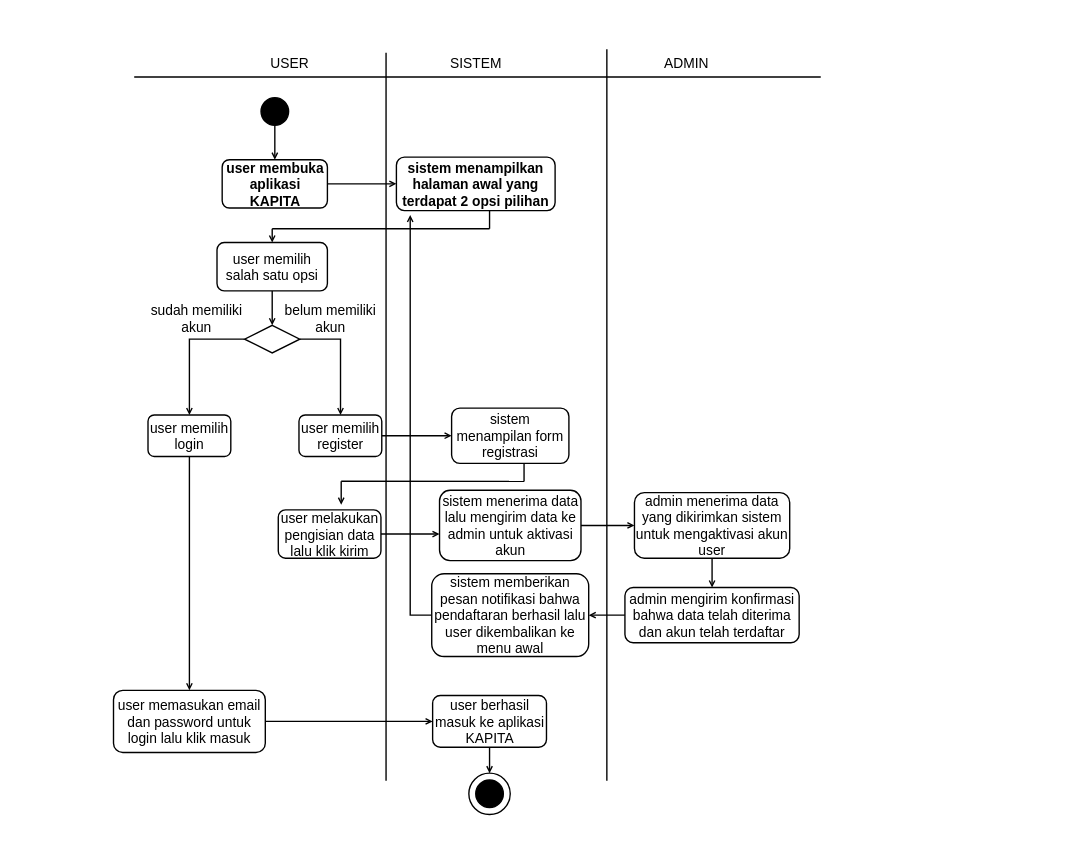
The draw.io diagram page "Page-2" (2 of 4) of pertemuan 12.drawio in dickisepto/Latihan-GIT, before the edit. Source tidied: cells renumbered, new cells numbered last; positions are measured from the earlier drawing's top-left corner, leaving out a move shared by most shapes. Both pictures are drawn from the tidied source at 69%, with x=0, y=0 at pixel (113, 49).
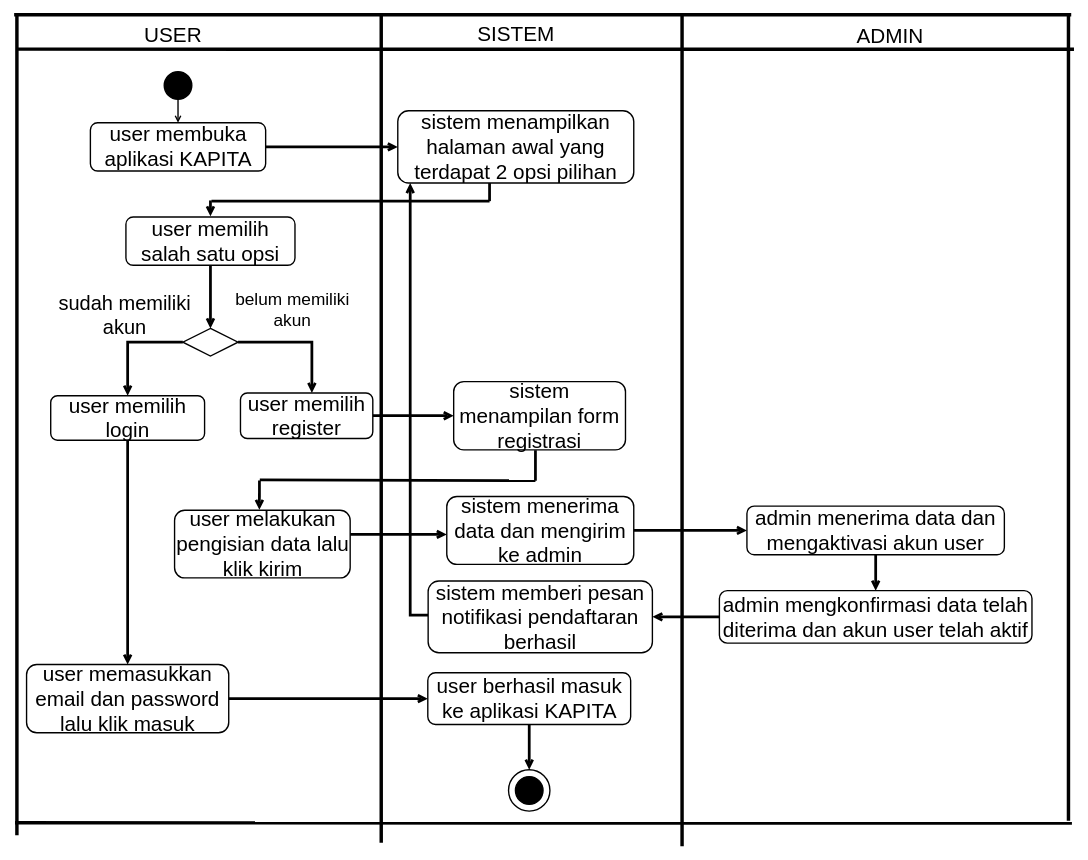
The same page after the edit.

The edit, as a diff of the source:
```diff
@@
-    <mxCell id="2" style="endArrow=none;html=1;rounded=0;strokeWidth=2;" parent="1" edge="1">
+    <mxCell id="2" style="endArrow=none;html=1;rounded=0;strokeWidth=5;fontSize=30;exitX=0.041;exitY=0.467;exitDx=0;exitDy=0;exitPerimeter=0;" parent="1" edge="1" source="50">
       <mxGeometry relative="1" as="geometry">
-        <mxPoint x="30" y="40" as="sourcePoint" />
-        <mxPoint x="1025" y="40" as="targetPoint" />
+        <mxPoint x="1392" as="targetPoint" />
       </mxGeometry>
     </mxCell>
-    <mxCell id="3" style="line;strokeWidth=2;direction=south;html=1;" parent="1" vertex="1">
-      <mxGeometry x="390" y="5" width="10" height="1055" as="geometry" />
-    </mxCell>
-    <mxCell id="4" style="line;strokeWidth=2;direction=south;html=1;" parent="1" vertex="1">
-      <mxGeometry x="710" width="10" height="1060" as="geometry" />
+    <mxCell id="4" style="line;strokeWidth=5;direction=south;html=1;fontSize=30;" parent="1" vertex="1">
+      <mxGeometry x="819" y="-52" width="10" height="1207" as="geometry" />
     </mxCell>
-    <mxCell id="5" value="USER" style="text;html=1;align=center;verticalAlign=middle;strokeColor=none;fillColor=none;fontSize=20;strokeWidth=2;" parent="1" vertex="1">
-      <mxGeometry x="220" y="5" width="70" height="30" as="geometry" />
+    <mxCell id="5" value="USER" style="text;html=1;align=center;verticalAlign=middle;strokeColor=none;fillColor=none;fontSize=30;strokeWidth=2;" parent="1" vertex="1">
+      <mxGeometry x="39" y="-41" width="93" height="40" as="geometry" />
     </mxCell>
-    <mxCell id="6" value="SISTEM" style="text;html=1;align=center;verticalAlign=middle;strokeColor=none;fillColor=none;fontSize=20;strokeWidth=2;" parent="1" vertex="1">
-      <mxGeometry x="480" y="5" width="90" height="30" as="geometry" />
+    <mxCell id="6" value="SISTEM" style="text;html=1;align=center;verticalAlign=middle;strokeColor=none;fillColor=none;fontSize=30;strokeWidth=2;" parent="1" vertex="1">
+      <mxGeometry x="522" y="-43" width="122" height="40" as="geometry" />
     </mxCell>
-    <mxCell id="7" value="ADMIN" style="text;html=1;align=center;verticalAlign=middle;strokeColor=none;fillColor=none;fontSize=20;strokeWidth=2;" parent="1" vertex="1">
-      <mxGeometry x="790" y="5" width="80" height="30" as="geometry" />
+    <mxCell id="7" value="ADMIN" style="text;html=1;align=center;verticalAlign=middle;strokeColor=none;fillColor=none;fontSize=30;strokeWidth=2;" parent="1" vertex="1">
+      <mxGeometry x="1071" y="-39" width="107" height="40" as="geometry" />
     </mxCell>
-    <mxCell id="8" style="ellipse;whiteSpace=wrap;html=1;fillColor=#000000;strokeWidth=2;" parent="1" vertex="1">
-      <mxGeometry x="213.8" y="70" width="40" height="40" as="geometry" />
+    <mxCell id="8" style="ellipse;whiteSpace=wrap;html=1;fillColor=#000000;strokeWidth=2;fontSize=30;" parent="1" vertex="1">
+      <mxGeometry x="73.5" y="32.5" width="40" height="40" as="geometry" />
     </mxCell>
-    <mxCell id="9" style="endArrow=open;html=1;rounded=0;fontSize=20;endFill=0;exitX=0.5;exitY=1;exitDx=0;exitDy=0;strokeWidth=2;" parent="1" edge="1" source="8">
-      <mxGeometry relative="1" as="geometry">
-        <mxPoint x="233.8" y="160" as="targetPoint" />
-      </mxGeometry>
+    <mxCell id="9" style="endArrow=open;html=1;rounded=0;fontSize=30;endFill=0;exitX=0.5;exitY=1;exitDx=0;exitDy=0;strokeWidth=2;entryX=0.5;entryY=0;entryDx=0;entryDy=0;" parent="1" edge="1" source="8" target="11">
+      <mxGeometry relative="1" as="geometry" />
     </mxCell>
-    <mxCell id="10" style="edgeStyle=orthogonalEdgeStyle;rounded=0;jettySize=auto;html=1;fontSize=20;endArrow=open;endFill=0;entryX=0;entryY=0.5;entryDx=0;entryDy=0;strokeWidth=2;" parent="1" edge="1" source="11" target="12">
+    <mxCell id="10" style="edgeStyle=orthogonalEdgeStyle;rounded=0;jettySize=auto;html=1;fontSize=30;endArrow=open;endFill=0;entryX=0;entryY=0.5;entryDx=0;entryDy=0;strokeWidth=4;" parent="1" edge="1" source="11" target="12">
       <mxGeometry relative="1" as="geometry" />
     </mxCell>
-    <mxCell id="11" value="&lt;b&gt;user membuka aplikasi KAPITA&lt;/b&gt;" style="rounded=1;whiteSpace=wrap;html=1;fontSize=20;fillColor=#FFFFFF;strokeWidth=2;" parent="1" vertex="1">
-      <mxGeometry x="157.5" y="160" width="152.5" height="70" as="geometry" />
+    <mxCell id="11" value="&lt;span style=&quot;font-size: 30px;&quot;&gt;user membuka aplikasi KAPITA&lt;/span&gt;" style="rounded=1;whiteSpace=wrap;html=1;fontSize=30;fillColor=#FFFFFF;strokeWidth=2;fontStyle=0;" parent="1" vertex="1">
+      <mxGeometry x="-33.5" y="106.4" width="254" height="70" as="geometry" />
     </mxCell>
-    <mxCell id="12" value="&lt;b&gt;sistem menampilkan halaman awal yang terdapat 2 opsi pilihan&lt;/b&gt;" style="rounded=1;whiteSpace=wrap;html=1;fontSize=20;fillColor=#FFFFFF;strokeWidth=2;" parent="1" vertex="1">
-      <mxGeometry x="410" y="156.2" width="230" height="77.5" as="geometry" />
+    <mxCell id="12" value="&lt;span style=&quot;font-size: 30px;&quot;&gt;sistem menampilkan halaman awal yang terdapat 2 opsi pilihan&lt;/span&gt;" style="rounded=1;whiteSpace=wrap;html=1;fontSize=30;fillColor=#FFFFFF;strokeWidth=2;fontStyle=0;" parent="1" vertex="1">
+      <mxGeometry x="412" y="89" width="342" height="104.8" as="geometry" />
     </mxCell>
-    <mxCell id="13" style="line;strokeWidth=2;direction=south;html=1;fontSize=20;fillColor=#FFFFFF;" parent="1" vertex="1">
-      <mxGeometry x="540" y="233.8" width="10" height="26.2" as="geometry" />
+    <mxCell id="13" style="line;strokeWidth=4;direction=south;html=1;fontSize=30;fillColor=#FFFFFF;" parent="1" vertex="1">
+      <mxGeometry x="540" y="193.8" width="10" height="26.2" as="geometry" />
     </mxCell>
-    <mxCell id="14" style="endArrow=none;html=1;rounded=0;fontSize=20;entryX=1;entryY=0.5;entryDx=0;entryDy=0;entryPerimeter=0;strokeWidth=2;" parent="1" edge="1" target="13">
+    <mxCell id="14" style="endArrow=none;html=1;rounded=0;fontSize=30;entryX=1;entryY=0.5;entryDx=0;entryDy=0;entryPerimeter=0;strokeWidth=4;" parent="1" edge="1" target="13">
       <mxGeometry relative="1" as="geometry">
-        <mxPoint x="230" y="260" as="sourcePoint" />
+        <mxPoint x="142" y="220" as="sourcePoint" />
       </mxGeometry>
     </mxCell>
-    <mxCell id="15" style="endArrow=open;html=1;rounded=0;fontSize=20;endFill=0;entryX=0.5;entryY=0;entryDx=0;entryDy=0;strokeWidth=2;" parent="1" edge="1" target="17">
+    <mxCell id="15" style="endArrow=open;html=1;rounded=0;fontSize=30;endFill=0;entryX=0.5;entryY=0;entryDx=0;entryDy=0;strokeWidth=4;" parent="1" edge="1">
       <mxGeometry relative="1" as="geometry">
-        <mxPoint x="230" y="260" as="sourcePoint" />
+        <mxPoint x="140.5" y="219" as="sourcePoint" />
+        <mxPoint x="140.5" y="242" as="targetPoint" />
       </mxGeometry>
     </mxCell>
-    <mxCell id="16" style="edgeStyle=orthogonalEdgeStyle;rounded=0;jettySize=auto;html=1;fontSize=20;endArrow=open;endFill=0;strokeWidth=2;" parent="1" edge="1" source="17" target="20">
+    <mxCell id="16" style="edgeStyle=orthogonalEdgeStyle;rounded=0;jettySize=auto;html=1;fontSize=30;endArrow=open;endFill=0;strokeWidth=4;" parent="1" edge="1" source="17" target="20">
       <mxGeometry relative="1" as="geometry" />
     </mxCell>
-    <mxCell id="17" value="user memilih salah satu opsi" style="rounded=1;whiteSpace=wrap;html=1;fontSize=20;fillColor=#FFFFFF;strokeWidth=2;" parent="1" vertex="1">
-      <mxGeometry x="150" y="280" width="160" height="70" as="geometry" />
+    <mxCell id="17" value="user memilih salah satu opsi" style="rounded=1;whiteSpace=wrap;html=1;fontSize=30;fillColor=#FFFFFF;strokeWidth=2;" parent="1" vertex="1">
+      <mxGeometry x="18" y="243" width="245" height="70" as="geometry" />
     </mxCell>
-    <mxCell id="18" style="edgeStyle=orthogonalEdgeStyle;rounded=0;jettySize=auto;html=1;fontSize=20;endArrow=open;endFill=0;strokeWidth=2;" parent="1" edge="1" source="20" target="25">
+    <mxCell id="18" style="edgeStyle=orthogonalEdgeStyle;rounded=0;jettySize=auto;html=1;fontSize=30;endArrow=open;endFill=0;strokeWidth=4;" parent="1" edge="1" source="20">
       <mxGeometry relative="1" as="geometry">
+        <mxPoint x="287.5" y="498" as="targetPoint" />
         <Array as="points">
-          <mxPoint x="329" y="420" />
+          <mxPoint x="288" y="425" />
         </Array>
       </mxGeometry>
     </mxCell>
-    <mxCell id="19" style="edgeStyle=orthogonalEdgeStyle;rounded=0;jettySize=auto;html=1;fontSize=20;endArrow=open;endFill=0;strokeWidth=2;" parent="1" edge="1" source="20" target="23">
+    <mxCell id="19" style="edgeStyle=orthogonalEdgeStyle;rounded=0;jettySize=auto;html=1;fontSize=30;endArrow=open;endFill=0;strokeWidth=4;" parent="1" edge="1" source="20" target="23">
       <mxGeometry relative="1" as="geometry">
         <Array as="points">
-          <mxPoint x="110" y="420" />
+          <mxPoint x="20.5" y="424.5" />
         </Array>
       </mxGeometry>
     </mxCell>
-    <mxCell id="20" style="rhombus;whiteSpace=wrap;html=1;fontSize=20;fillColor=#FFFFFF;strokeWidth=2;" parent="1" vertex="1">
-      <mxGeometry x="190" y="400" width="80" height="40" as="geometry" />
+    <mxCell id="20" style="rhombus;whiteSpace=wrap;html=1;fontSize=30;fillColor=#FFFFFF;strokeWidth=2;" parent="1" vertex="1">
+      <mxGeometry x="100.5" y="404.5" width="80" height="40" as="geometry" />
     </mxCell>
-    <mxCell id="21" value="&lt;div&gt;sudah memiliki &lt;br&gt;&lt;/div&gt;&lt;div&gt;akun&lt;/div&gt;" style="text;html=1;align=center;verticalAlign=middle;strokeColor=none;fillColor=none;fontSize=20;strokeWidth=2;" parent="1" vertex="1">
-      <mxGeometry x="45" y="365" width="150" height="50" as="geometry" />
+    <mxCell id="21" value="&lt;div style=&quot;font-size: 29px&quot;&gt;&lt;font style=&quot;font-size: 29px&quot;&gt;sudah memiliki &lt;br&gt;&lt;/font&gt;&lt;/div&gt;&lt;div style=&quot;font-size: 29px&quot;&gt;&lt;font style=&quot;font-size: 29px&quot;&gt;akun&lt;/font&gt;&lt;/div&gt;" style="text;html=1;align=center;verticalAlign=middle;strokeColor=none;fillColor=none;fontSize=30;strokeWidth=2;" parent="1" vertex="1">
+      <mxGeometry x="-85.5" y="347" width="202" height="76" as="geometry" />
     </mxCell>
-    <mxCell id="22" style="edgeStyle=orthogonalEdgeStyle;rounded=0;jettySize=auto;html=1;fontSize=20;endArrow=open;endFill=0;strokeWidth=2;entryX=0.5;entryY=0;entryDx=0;entryDy=0;" parent="1" edge="1" source="23" target="42">
+    <mxCell id="22" style="edgeStyle=orthogonalEdgeStyle;rounded=0;jettySize=auto;html=1;fontSize=30;endArrow=open;endFill=0;strokeWidth=4;entryX=0.5;entryY=0;entryDx=0;entryDy=0;" parent="1" edge="1" source="23" target="42">
       <mxGeometry relative="1" as="geometry" />
     </mxCell>
-    <mxCell id="23" value="user memilih login" style="rounded=1;whiteSpace=wrap;html=1;fontSize=20;fillColor=#FFFFFF;strokeWidth=2;" parent="1" vertex="1">
-      <mxGeometry x="50" y="530" width="120" height="60" as="geometry" />
+    <mxCell id="23" value="user memilih login" style="rounded=1;whiteSpace=wrap;html=1;fontSize=30;fillColor=#FFFFFF;strokeWidth=2;" parent="1" vertex="1">
+      <mxGeometry x="-91" y="502" width="223" height="64.5" as="geometry" />
     </mxCell>
-    <mxCell id="24" style="edgeStyle=orthogonalEdgeStyle;rounded=0;jettySize=auto;html=1;fontSize=20;endArrow=open;endFill=0;strokeWidth=2;" parent="1" edge="1" source="25" target="27">
+    <mxCell id="24" style="edgeStyle=orthogonalEdgeStyle;rounded=0;jettySize=auto;html=1;fontSize=30;endArrow=open;endFill=0;strokeWidth=4;" parent="1" edge="1" source="25" target="27">
       <mxGeometry relative="1" as="geometry" />
     </mxCell>
-    <mxCell id="25" value="user memilih register" style="rounded=1;whiteSpace=wrap;html=1;fontSize=20;fillColor=#FFFFFF;strokeWidth=2;" parent="1" vertex="1">
-      <mxGeometry x="268.8" y="530" width="120" height="60" as="geometry" />
+    <mxCell id="25" value="user memilih register" style="rounded=1;whiteSpace=wrap;html=1;fontSize=30;fillColor=#FFFFFF;strokeWidth=2;" parent="1" vertex="1">
+      <mxGeometry x="184" y="498" width="191.8" height="66" as="geometry" />
     </mxCell>
-    <mxCell id="26" value="&lt;div&gt;belum memiliki&lt;/div&gt;&lt;div&gt;akun&lt;br&gt;&lt;/div&gt;" style="text;html=1;align=center;verticalAlign=middle;strokeColor=none;fillColor=none;fontSize=20;strokeWidth=2;" parent="1" vertex="1">
-      <mxGeometry x="238.8" y="365" width="150" height="50" as="geometry" />
-    </mxCell>
-    <mxCell id="27" value="sistem menampilan form registrasi" style="rounded=1;whiteSpace=wrap;html=1;fontSize=20;fillColor=#FFFFFF;strokeWidth=2;" parent="1" vertex="1">
-      <mxGeometry x="490" y="520" width="170" height="80" as="geometry" />
+    <mxCell id="27" value="sistem menampilan form registrasi" style="rounded=1;whiteSpace=wrap;html=1;fontSize=30;fillColor=#FFFFFF;strokeWidth=2;" parent="1" vertex="1">
+      <mxGeometry x="493" y="481.5" width="249" height="99" as="geometry" />
     </mxCell>
-    <mxCell id="28" style="line;strokeWidth=2;direction=south;html=1;fontSize=20;fillColor=#FFFFFF;" parent="1" vertex="1">
-      <mxGeometry x="590" y="600" width="10" height="26.2" as="geometry" />
+    <mxCell id="28" style="line;strokeWidth=4;direction=south;html=1;fontSize=30;fillColor=#FFFFFF;" parent="1" vertex="1">
+      <mxGeometry x="606.5" y="581" width="10" height="44.2" as="geometry" />
     </mxCell>
-    <mxCell id="29" style="endArrow=none;html=1;rounded=0;fontSize=20;entryX=1;entryY=0.5;entryDx=0;entryDy=0;entryPerimeter=0;strokeWidth=2;" parent="1" edge="1" target="28">
+    <mxCell id="29" style="endArrow=none;html=1;rounded=0;fontSize=30;entryX=1;entryY=0.5;entryDx=0;entryDy=0;entryPerimeter=0;strokeWidth=4;" parent="1" edge="1" target="28">
       <mxGeometry relative="1" as="geometry">
-        <mxPoint x="330" y="626" as="sourcePoint" />
+        <mxPoint x="212" y="624" as="sourcePoint" />
       </mxGeometry>
     </mxCell>
-    <mxCell id="30" style="endArrow=open;html=1;rounded=0;fontSize=20;endFill=0;strokeWidth=2;" parent="1" edge="1">
+    <mxCell id="30" style="endArrow=open;html=1;rounded=0;fontSize=30;endFill=0;strokeWidth=4;entryX=0.483;entryY=-0.007;entryDx=0;entryDy=0;entryPerimeter=0;" parent="1" edge="1" target="32">
       <mxGeometry relative="1" as="geometry">
-        <mxPoint x="330" y="626" as="sourcePoint" />
-        <mxPoint x="330" y="660" as="targetPoint" />
+        <mxPoint x="211.5" y="625" as="sourcePoint" />
       </mxGeometry>
     </mxCell>
-    <mxCell id="31" style="edgeStyle=orthogonalEdgeStyle;rounded=0;jettySize=auto;html=1;fontSize=20;endArrow=open;endFill=0;strokeWidth=2;" parent="1" edge="1" source="32" target="34">
+    <mxCell id="31" style="edgeStyle=orthogonalEdgeStyle;rounded=0;jettySize=auto;html=1;fontSize=30;endArrow=open;endFill=0;strokeWidth=4;" parent="1" edge="1" source="32" target="34">
       <mxGeometry relative="1" as="geometry">
         <Array as="points">
           <mxPoint x="450" y="703" />
           <mxPoint x="450" y="703" />
         </Array>
       </mxGeometry>
     </mxCell>
-    <mxCell id="32" value="user melakukan pengisian data lalu klik kirim " style="rounded=1;whiteSpace=wrap;html=1;fontSize=20;strokeWidth=2;fillColor=#FFFFFF;" parent="1" vertex="1">
-      <mxGeometry x="238.8" y="667.5" width="148.8" height="70" as="geometry" />
+    <mxCell id="32" value="user melakukan pengisian data lalu klik kirim " style="rounded=1;whiteSpace=wrap;html=1;fontSize=30;strokeWidth=2;fillColor=#FFFFFF;" parent="1" vertex="1">
+      <mxGeometry x="88.5" y="668" width="254.5" height="98" as="geometry" />
     </mxCell>
-    <mxCell id="33" style="edgeStyle=orthogonalEdgeStyle;rounded=0;jettySize=auto;html=1;fontSize=20;endArrow=open;endFill=0;strokeWidth=2;" parent="1" edge="1" source="34" target="36">
+    <mxCell id="33" style="edgeStyle=orthogonalEdgeStyle;rounded=0;jettySize=auto;html=1;fontSize=30;endArrow=open;endFill=0;strokeWidth=4;" parent="1" edge="1" source="34" target="36">
       <mxGeometry relative="1" as="geometry" />
     </mxCell>
-    <mxCell id="34" value="sistem menerima data lalu mengirim data ke admin untuk aktivasi akun" style="rounded=1;whiteSpace=wrap;html=1;fontSize=20;strokeWidth=2;fillColor=#FFFFFF;" parent="1" vertex="1">
-      <mxGeometry x="472.5" y="639.1" width="205" height="101.9" as="geometry" />
+    <mxCell id="34" value="sistem menerima data dan mengirim ke admin" style="rounded=1;whiteSpace=wrap;html=1;fontSize=30;strokeWidth=2;fillColor=#FFFFFF;" parent="1" vertex="1">
+      <mxGeometry x="483" y="648" width="271" height="98.5" as="geometry" />
     </mxCell>
-    <mxCell id="35" style="edgeStyle=orthogonalEdgeStyle;rounded=0;jettySize=auto;html=1;fontSize=20;endArrow=open;endFill=0;strokeWidth=2;" parent="1" edge="1" source="36" target="38">
+    <mxCell id="35" style="edgeStyle=orthogonalEdgeStyle;rounded=0;jettySize=auto;html=1;fontSize=30;endArrow=open;endFill=0;strokeWidth=4;" parent="1" edge="1" source="36" target="38">
       <mxGeometry relative="1" as="geometry" />
     </mxCell>
-    <mxCell id="36" value="admin menerima data yang dikirimkan sistem untuk mengaktivasi akun user" style="rounded=1;whiteSpace=wrap;html=1;fontSize=20;strokeWidth=2;fillColor=#FFFFFF;" parent="1" vertex="1">
-      <mxGeometry x="755" y="642.5" width="225" height="95" as="geometry" />
+    <mxCell id="36" value="admin menerima data dan mengaktivasi akun user" style="rounded=1;whiteSpace=wrap;html=1;fontSize=30;strokeWidth=2;fillColor=#FFFFFF;" parent="1" vertex="1">
+      <mxGeometry x="918" y="662" width="373.1" height="70.5" as="geometry" />
     </mxCell>
-    <mxCell id="37" style="edgeStyle=orthogonalEdgeStyle;rounded=0;jettySize=auto;html=1;fontSize=20;endArrow=open;endFill=0;strokeWidth=2;" parent="1" edge="1" source="38" target="40">
+    <mxCell id="37" style="edgeStyle=orthogonalEdgeStyle;rounded=0;jettySize=auto;html=1;fontSize=30;endArrow=open;endFill=0;strokeWidth=4;" parent="1" edge="1" source="38" target="40">
       <mxGeometry relative="1" as="geometry" />
     </mxCell>
-    <mxCell id="38" value="admin mengirim konfirmasi bahwa data telah diterima dan akun telah terdaftar" style="rounded=1;whiteSpace=wrap;html=1;fontSize=20;strokeWidth=2;fillColor=#FFFFFF;" parent="1" vertex="1">
-      <mxGeometry x="741.2" y="780" width="252.5" height="80" as="geometry" />
+    <mxCell id="38" value="admin mengkonfirmasi data telah diterima dan akun user telah aktif" style="rounded=1;whiteSpace=wrap;html=1;fontSize=30;strokeWidth=2;fillColor=#FFFFFF;" parent="1" vertex="1">
+      <mxGeometry x="878.1" y="784.5" width="453" height="76" as="geometry" />
     </mxCell>
-    <mxCell id="39" style="edgeStyle=orthogonalEdgeStyle;rounded=0;jettySize=auto;html=1;fontSize=20;endArrow=open;endFill=0;strokeWidth=2;" parent="1" edge="1" source="40">
+    <mxCell id="39" style="edgeStyle=orthogonalEdgeStyle;rounded=0;jettySize=auto;html=1;fontSize=30;endArrow=open;endFill=0;strokeWidth=4;" parent="1" edge="1" source="40" target="12">
       <mxGeometry relative="1" as="geometry">
-        <mxPoint x="430" y="240" as="targetPoint" />
         <Array as="points">
           <mxPoint x="430" y="820" />
         </Array>
       </mxGeometry>
     </mxCell>
-    <mxCell id="40" value="sistem memberikan pesan notifikasi bahwa pendaftaran berhasil lalu user dikembalikan ke menu awal" style="rounded=1;whiteSpace=wrap;html=1;fontSize=20;strokeWidth=2;fillColor=#FFFFFF;" parent="1" vertex="1">
-      <mxGeometry x="461.2" y="760" width="227.5" height="120" as="geometry" />
+    <mxCell id="40" value="sistem memberi pesan notifikasi pendaftaran berhasil " style="rounded=1;whiteSpace=wrap;html=1;fontSize=30;strokeWidth=2;fillColor=#FFFFFF;" parent="1" vertex="1">
+      <mxGeometry x="456" y="770.5" width="325" height="104" as="geometry" />
     </mxCell>
-    <mxCell id="41" style="edgeStyle=orthogonalEdgeStyle;rounded=0;jettySize=auto;html=1;fontSize=20;endArrow=open;endFill=0;strokeWidth=2;" parent="1" edge="1" source="42" target="44">
+    <mxCell id="41" style="edgeStyle=orthogonalEdgeStyle;rounded=0;jettySize=auto;html=1;fontSize=30;endArrow=open;endFill=0;strokeWidth=4;" parent="1" edge="1" source="42" target="44">
       <mxGeometry relative="1" as="geometry" />
     </mxCell>
-    <mxCell id="42" value="user memasukan email dan password untuk login lalu klik masuk" style="rounded=1;whiteSpace=wrap;html=1;fontSize=20;strokeWidth=2;fillColor=#FFFFFF;" parent="1" vertex="1">
-      <mxGeometry y="929" width="220" height="90" as="geometry" />
+    <mxCell id="42" value="user memasukkan email dan password lalu klik masuk" style="rounded=1;whiteSpace=wrap;html=1;fontSize=30;strokeWidth=2;fillColor=#FFFFFF;" parent="1" vertex="1">
+      <mxGeometry x="-126" y="891.6" width="293" height="98.8" as="geometry" />
     </mxCell>
-    <mxCell id="43" style="edgeStyle=orthogonalEdgeStyle;rounded=0;jettySize=auto;html=1;fontSize=20;endArrow=open;endFill=0;strokeWidth=2;" parent="1" edge="1" source="44" target="45">
+    <mxCell id="43" style="edgeStyle=orthogonalEdgeStyle;rounded=0;jettySize=auto;html=1;fontSize=30;endArrow=open;endFill=0;strokeWidth=4;" parent="1" edge="1" source="44" target="45">
       <mxGeometry relative="1" as="geometry" />
     </mxCell>
-    <mxCell id="44" value="user berhasil masuk ke aplikasi KAPITA" style="rounded=1;whiteSpace=wrap;html=1;fontSize=20;strokeWidth=2;fillColor=#FFFFFF;" parent="1" vertex="1">
-      <mxGeometry x="462.5" y="936.5" width="165" height="75" as="geometry" />
+    <mxCell id="44" value="user berhasil masuk ke aplikasi KAPITA" style="rounded=1;whiteSpace=wrap;html=1;fontSize=30;strokeWidth=2;fillColor=#FFFFFF;" parent="1" vertex="1">
+      <mxGeometry x="455.5" y="903.5" width="294" height="75" as="geometry" />
     </mxCell>
-    <mxCell id="45" style="ellipse;whiteSpace=wrap;html=1;fontSize=20;strokeWidth=2;fillColor=#FFFFFF;" parent="1" vertex="1">
-      <mxGeometry x="515" y="1049" width="60" height="60" as="geometry" />
+    <mxCell id="45" style="ellipse;whiteSpace=wrap;html=1;fontSize=30;strokeWidth=2;fillColor=#FFFFFF;" parent="1" vertex="1">
+      <mxGeometry x="572.5" y="1044" width="60" height="60" as="geometry" />
     </mxCell>
-    <mxCell id="46" style="ellipse;whiteSpace=wrap;html=1;fontSize=20;strokeWidth=2;fillColor=#000000;" parent="1" vertex="1">
-      <mxGeometry x="525" y="1059" width="40" height="40" as="geometry" />
+    <mxCell id="46" style="ellipse;whiteSpace=wrap;html=1;fontSize=30;strokeWidth=2;fillColor=#000000;" parent="1" vertex="1">
+      <mxGeometry x="582.5" y="1054" width="40" height="40" as="geometry" />
     </mxCell>
+    <mxCell id="26" value="&lt;div style=&quot;font-size: 25px&quot;&gt;&lt;font style=&quot;font-size: 25px&quot;&gt;belum memiliki &lt;br&gt;&lt;/font&gt;&lt;/div&gt;&lt;div style=&quot;font-size: 25px&quot;&gt;&lt;font style=&quot;font-size: 25px&quot;&gt;akun&lt;/font&gt;&lt;/div&gt;" style="text;html=1;align=center;verticalAlign=middle;strokeColor=none;fillColor=none;fontSize=29;fontFamily=Helvetica;" parent="1" vertex="1">
+      <mxGeometry x="171.5" y="339" width="175" height="74" as="geometry" />
+    </mxCell>
+    <mxCell id="47" style="line;strokeWidth=5;direction=south;html=1;fontSize=30;" parent="1" vertex="1">
+      <mxGeometry x="383" y="-50" width="10" height="1200" as="geometry" />
+    </mxCell>
+    <mxCell id="48" style="endArrow=none;html=1;rounded=0;strokeWidth=5;fontSize=30;" parent="1" edge="1">
+      <mxGeometry relative="1" as="geometry">
+        <mxPoint x="-144" y="-50" as="sourcePoint" />
+        <mxPoint x="1388" y="-50" as="targetPoint" />
+      </mxGeometry>
+    </mxCell>
+    <mxCell id="49" style="line;strokeWidth=5;direction=south;html=1;fontSize=30;" parent="1" vertex="1">
+      <mxGeometry x="1379" y="-52" width="10" height="1170" as="geometry" />
+    </mxCell>
+    <mxCell id="50" style="line;strokeWidth=5;direction=south;html=1;fontSize=30;" parent="1" vertex="1">
+      <mxGeometry x="-145" y="-49" width="10" height="1188" as="geometry" />
+    </mxCell>
+    <mxCell id="51" style="endArrow=none;html=1;rounded=0;strokeWidth=5;fontSize=30;exitX=0.041;exitY=0.467;exitDx=0;exitDy=0;exitPerimeter=0;" parent="1" edge="1">
+      <mxGeometry relative="1" as="geometry">
+        <mxPoint x="-142.7" y="1121" as="sourcePoint" />
+        <mxPoint x="1389" y="1121.3" as="targetPoint" />
+      </mxGeometry>
+    </mxCell>
```
